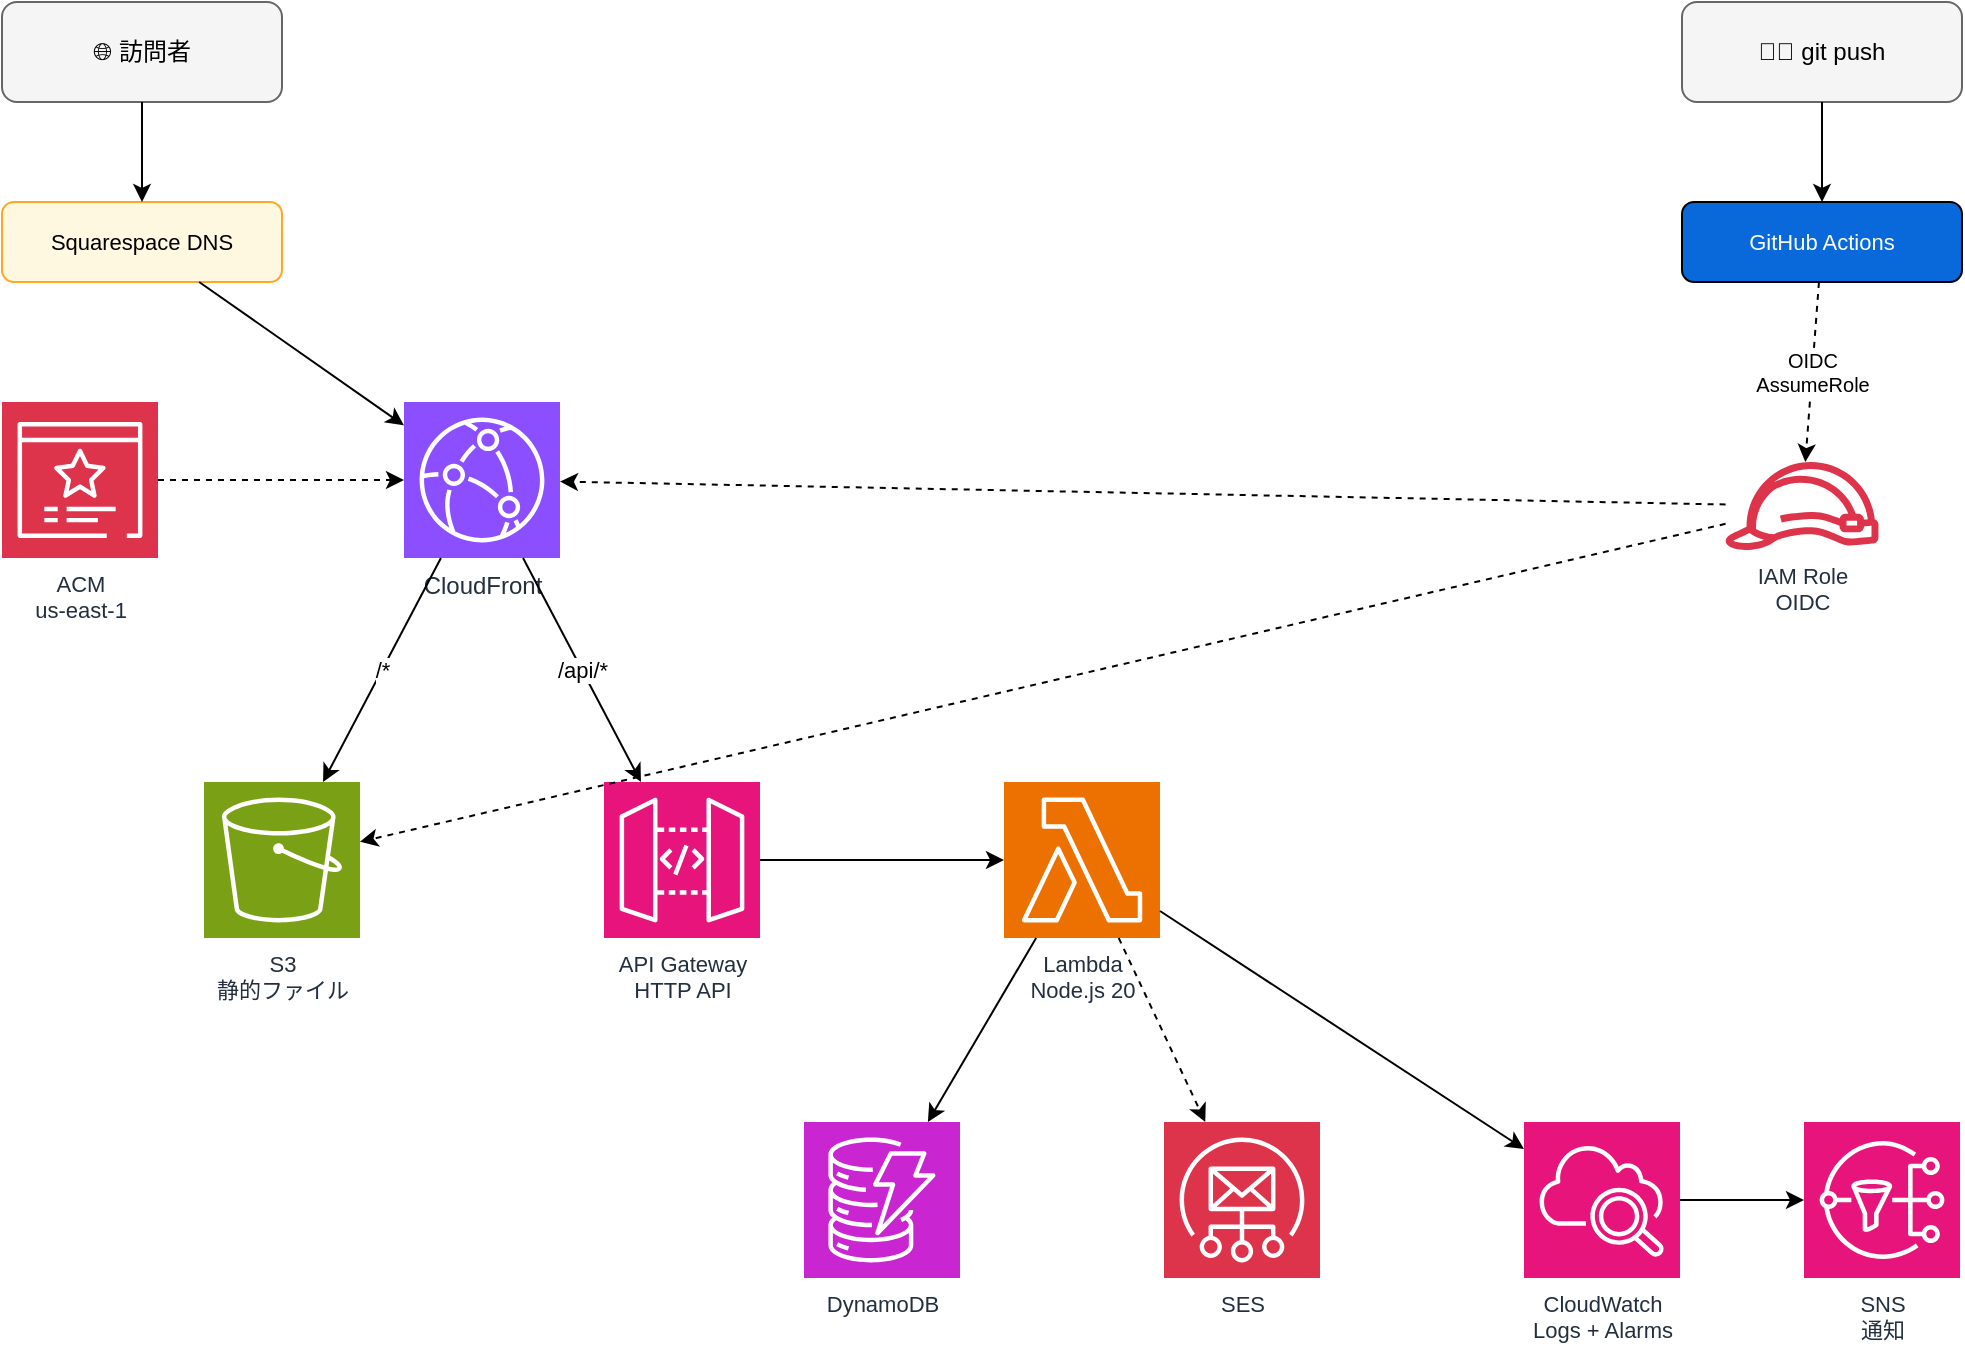
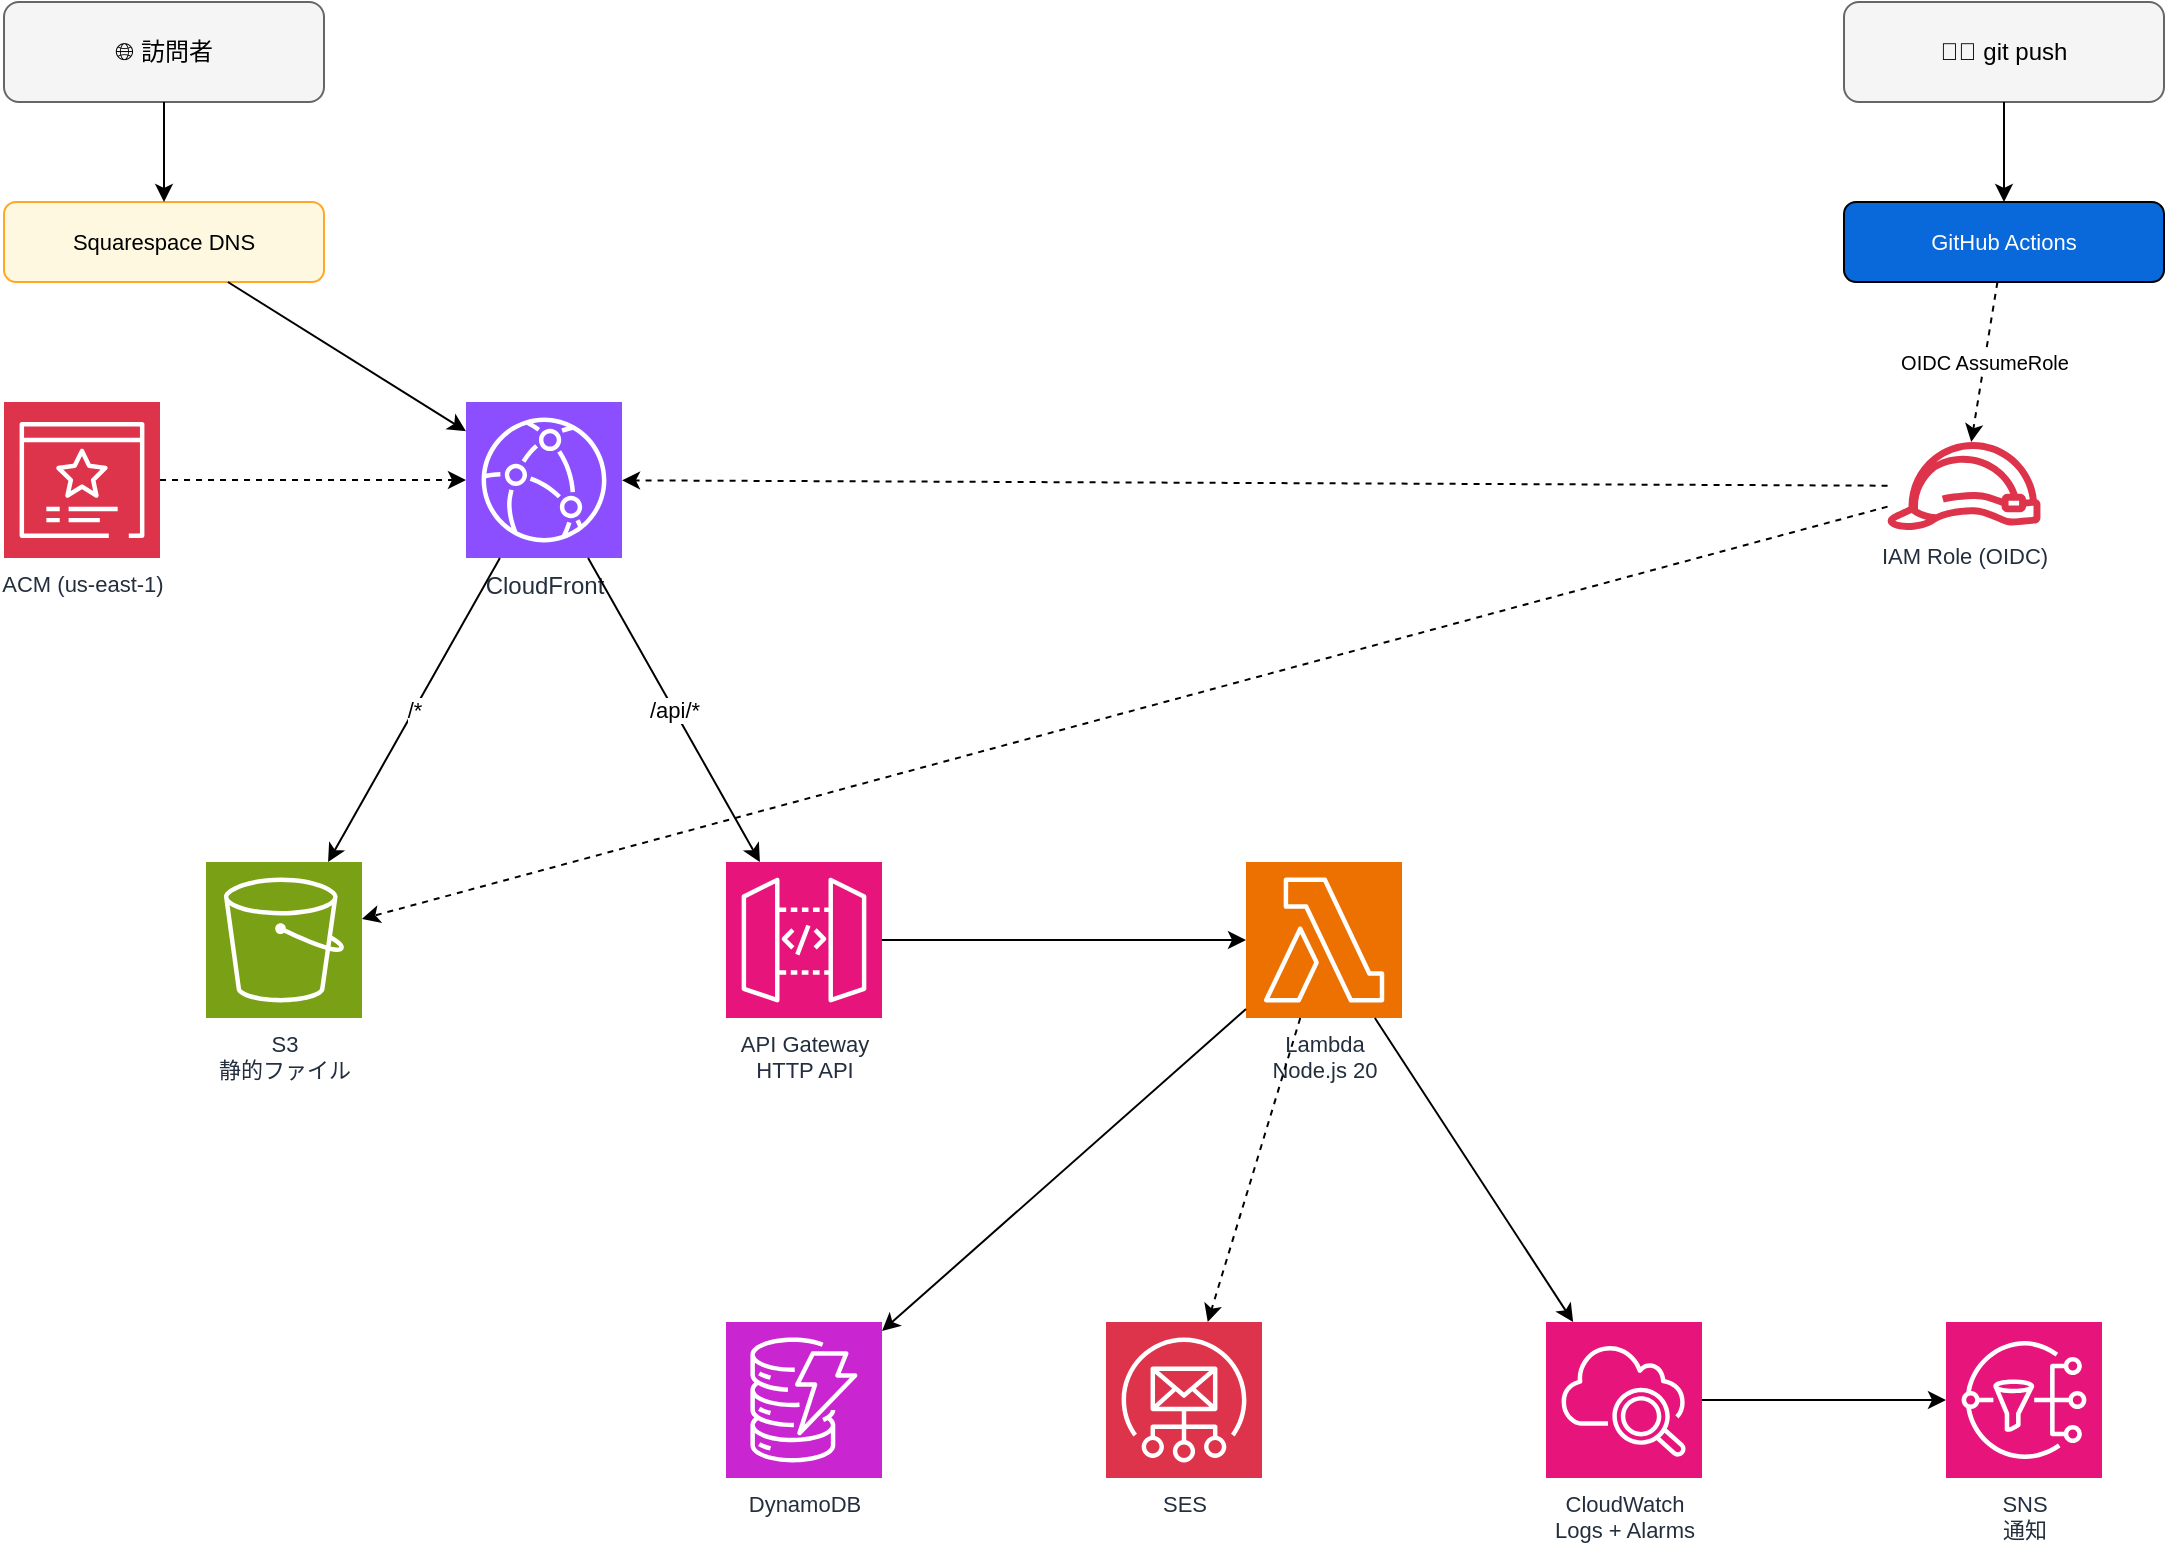
- <mxfile host="lab.iigtn.com" modified="2026-04-25T13:00:00.000Z" agent="iigtn-platform" version="24.0.0">
+ <mxfile host="lab.iigtn.com" modified="2026-04-26T13:00:00.000Z" agent="iigtn-platform" version="24.0.0">
  <diagram name="Overall Architecture" id="overall">
-     <mxGraphModel dx="1600" dy="1000" grid="1" gridSize="10" guides="1" tooltips="1" connect="1" arrows="1" fold="1" page="1" pageScale="1" pageWidth="1100" pageHeight="800" math="0" shadow="0">
+     <mxGraphModel dx="1600" dy="1100" grid="1" gridSize="10" guides="1" tooltips="1" connect="1" arrows="1" fold="1" page="1" pageScale="1" pageWidth="1200" pageHeight="900" math="0" shadow="0">
      <root>
        <mxCell id="0" />
        <mxCell id="1" parent="0" />
+ 
+         <!-- Top row: actors -->
        <mxCell id="user" value="🌐 訪問者" style="rounded=1;whiteSpace=wrap;html=1;fillColor=#f5f5f5;strokeColor=#666;fontSize=12;" vertex="1" parent="1">
-           <mxGeometry x="60" y="40" width="140" height="50" as="geometry" />
+           <mxGeometry x="60" y="40" width="160" height="50" as="geometry" />
        </mxCell>
+ 
        <mxCell id="dev" value="👨‍💻 git push" style="rounded=1;whiteSpace=wrap;html=1;fillColor=#f5f5f5;strokeColor=#666;fontSize=12;" vertex="1" parent="1">
-           <mxGeometry x="900" y="40" width="140" height="50" as="geometry" />
+           <mxGeometry x="980" y="40" width="160" height="50" as="geometry" />
        </mxCell>
+ 
+         <!-- Row 2 -->
        <mxCell id="dns" value="Squarespace DNS" style="rounded=1;whiteSpace=wrap;html=1;fillColor=#fff8e1;strokeColor=#ffa726;fontSize=11;" vertex="1" parent="1">
-           <mxGeometry x="60" y="140" width="140" height="40" as="geometry" />
+           <mxGeometry x="60" y="140" width="160" height="40" as="geometry" />
        </mxCell>
+ 
        <mxCell id="gha" value="GitHub Actions" style="rounded=1;whiteSpace=wrap;html=1;fillColor=#0969da;strokeColor=#000;fontColor=#fff;fontSize=11;" vertex="1" parent="1">
-           <mxGeometry x="900" y="140" width="140" height="40" as="geometry" />
+           <mxGeometry x="980" y="140" width="160" height="40" as="geometry" />
        </mxCell>
-         <mxCell id="acm" value="ACM&#xa;us-east-1" style="sketch=0;points=[[0,0,0],[0.25,0,0],[0.5,0,0],[0.75,0,0],[1,0,0],[0,1,0],[0.25,1,0],[0.5,1,0],[0.75,1,0],[1,1,0],[0,0.25,0],[0,0.5,0],[0,0.75,0],[1,0.25,0],[1,0.5,0],[1,0.75,0]];outlineConnect=0;fontColor=#232F3E;fillColor=#DD344C;strokeColor=#ffffff;dashed=0;verticalLabelPosition=bottom;verticalAlign=top;align=center;html=1;fontSize=11;fontStyle=0;aspect=fixed;shape=mxgraph.aws4.resourceIcon;resIcon=mxgraph.aws4.certificate_manager_3;" vertex="1" parent="1">
+ 
+         <!-- Row 3: TLS & CDN -->
+         <mxCell id="acm" value="ACM (us-east-1)" style="sketch=0;points=[[0,0,0],[0.25,0,0],[0.5,0,0],[0.75,0,0],[1,0,0],[0,1,0],[0.25,1,0],[0.5,1,0],[0.75,1,0],[1,1,0],[0,0.25,0],[0,0.5,0],[0,0.75,0],[1,0.25,0],[1,0.5,0],[1,0.75,0]];outlineConnect=0;fontColor=#232F3E;fillColor=#DD344C;strokeColor=#ffffff;dashed=0;verticalLabelPosition=bottom;verticalAlign=top;align=center;html=1;fontSize=11;fontStyle=0;aspect=fixed;shape=mxgraph.aws4.resourceIcon;resIcon=mxgraph.aws4.certificate_manager_3;" vertex="1" parent="1">
          <mxGeometry x="60" y="240" width="78" height="78" as="geometry" />
        </mxCell>
+ 
        <mxCell id="cf" value="CloudFront" style="sketch=0;points=[[0,0,0],[0.25,0,0],[0.5,0,0],[0.75,0,0],[1,0,0],[0,1,0],[0.25,1,0],[0.5,1,0],[0.75,1,0],[1,1,0],[0,0.25,0],[0,0.5,0],[0,0.75,0],[1,0.25,0],[1,0.5,0],[1,0.75,0]];outlineConnect=0;fontColor=#232F3E;fillColor=#8C4FFF;strokeColor=#ffffff;dashed=0;verticalLabelPosition=bottom;verticalAlign=top;align=center;html=1;fontSize=12;fontStyle=0;aspect=fixed;shape=mxgraph.aws4.resourceIcon;resIcon=mxgraph.aws4.cloudfront;" vertex="1" parent="1">
-           <mxGeometry x="261" y="240" width="78" height="78" as="geometry" />
+           <mxGeometry x="291" y="240" width="78" height="78" as="geometry" />
        </mxCell>
-         <mxCell id="iam" value="IAM Role&#xa;OIDC" style="sketch=0;outlineConnect=0;fontColor=#232F3E;gradientColor=none;fillColor=#DD344C;strokeColor=none;dashed=0;verticalLabelPosition=bottom;verticalAlign=top;align=center;html=1;fontSize=11;fontStyle=0;aspect=fixed;pointerEvents=1;shape=mxgraph.aws4.role;" vertex="1" parent="1">
-           <mxGeometry x="921" y="270" width="78" height="44" as="geometry" />
+ 
+         <mxCell id="iam" value="IAM Role (OIDC)" style="sketch=0;outlineConnect=0;fontColor=#232F3E;gradientColor=none;fillColor=#DD344C;strokeColor=none;dashed=0;verticalLabelPosition=bottom;verticalAlign=top;align=center;html=1;fontSize=11;fontStyle=0;aspect=fixed;pointerEvents=1;shape=mxgraph.aws4.role;" vertex="1" parent="1">
+           <mxGeometry x="1001" y="260" width="78" height="44" as="geometry" />
        </mxCell>
+ 
+         <!-- Row 4: app layer -->
        <mxCell id="s3" value="S3&#xa;静的ファイル" style="sketch=0;points=[[0,0,0],[0.25,0,0],[0.5,0,0],[0.75,0,0],[1,0,0],[0,1,0],[0.25,1,0],[0.5,1,0],[0.75,1,0],[1,1,0],[0,0.25,0],[0,0.5,0],[0,0.75,0],[1,0.25,0],[1,0.5,0],[1,0.75,0]];outlineConnect=0;fontColor=#232F3E;fillColor=#7AA116;strokeColor=#ffffff;dashed=0;verticalLabelPosition=bottom;verticalAlign=top;align=center;html=1;fontSize=11;fontStyle=0;aspect=fixed;shape=mxgraph.aws4.resourceIcon;resIcon=mxgraph.aws4.s3;" vertex="1" parent="1">
-           <mxGeometry x="161" y="430" width="78" height="78" as="geometry" />
+           <mxGeometry x="161" y="470" width="78" height="78" as="geometry" />
        </mxCell>
+ 
        <mxCell id="apigw" value="API Gateway&#xa;HTTP API" style="sketch=0;points=[[0,0,0],[0.25,0,0],[0.5,0,0],[0.75,0,0],[1,0,0],[0,1,0],[0.25,1,0],[0.5,1,0],[0.75,1,0],[1,1,0],[0,0.25,0],[0,0.5,0],[0,0.75,0],[1,0.25,0],[1,0.5,0],[1,0.75,0]];outlineConnect=0;fontColor=#232F3E;fillColor=#E7157B;strokeColor=#ffffff;dashed=0;verticalLabelPosition=bottom;verticalAlign=top;align=center;html=1;fontSize=11;fontStyle=0;aspect=fixed;shape=mxgraph.aws4.resourceIcon;resIcon=mxgraph.aws4.api_gateway;" vertex="1" parent="1">
-           <mxGeometry x="361" y="430" width="78" height="78" as="geometry" />
+           <mxGeometry x="421" y="470" width="78" height="78" as="geometry" />
        </mxCell>
+ 
        <mxCell id="lambda" value="Lambda&#xa;Node.js 20" style="sketch=0;points=[[0,0,0],[0.25,0,0],[0.5,0,0],[0.75,0,0],[1,0,0],[0,1,0],[0.25,1,0],[0.5,1,0],[0.75,1,0],[1,1,0],[0,0.25,0],[0,0.5,0],[0,0.75,0],[1,0.25,0],[1,0.5,0],[1,0.75,0]];outlineConnect=0;fontColor=#232F3E;fillColor=#ED7100;strokeColor=#ffffff;dashed=0;verticalLabelPosition=bottom;verticalAlign=top;align=center;html=1;fontSize=11;fontStyle=0;aspect=fixed;shape=mxgraph.aws4.resourceIcon;resIcon=mxgraph.aws4.lambda;" vertex="1" parent="1">
-           <mxGeometry x="561" y="430" width="78" height="78" as="geometry" />
+           <mxGeometry x="681" y="470" width="78" height="78" as="geometry" />
        </mxCell>
+ 
+         <!-- Row 5: storage / observability -->
        <mxCell id="ddb" value="DynamoDB" style="sketch=0;points=[[0,0,0],[0.25,0,0],[0.5,0,0],[0.75,0,0],[1,0,0],[0,1,0],[0.25,1,0],[0.5,1,0],[0.75,1,0],[1,1,0],[0,0.25,0],[0,0.5,0],[0,0.75,0],[1,0.25,0],[1,0.5,0],[1,0.75,0]];outlineConnect=0;fontColor=#232F3E;fillColor=#C925D1;strokeColor=#ffffff;dashed=0;verticalLabelPosition=bottom;verticalAlign=top;align=center;html=1;fontSize=11;fontStyle=0;aspect=fixed;shape=mxgraph.aws4.resourceIcon;resIcon=mxgraph.aws4.dynamodb;" vertex="1" parent="1">
-           <mxGeometry x="461" y="600" width="78" height="78" as="geometry" />
+           <mxGeometry x="421" y="700" width="78" height="78" as="geometry" />
        </mxCell>
+ 
        <mxCell id="ses" value="SES" style="sketch=0;points=[[0,0,0],[0.25,0,0],[0.5,0,0],[0.75,0,0],[1,0,0],[0,1,0],[0.25,1,0],[0.5,1,0],[0.75,1,0],[1,1,0],[0,0.25,0],[0,0.5,0],[0,0.75,0],[1,0.25,0],[1,0.5,0],[1,0.75,0]];outlineConnect=0;fontColor=#232F3E;fillColor=#DD344C;strokeColor=#ffffff;dashed=0;verticalLabelPosition=bottom;verticalAlign=top;align=center;html=1;fontSize=11;fontStyle=0;aspect=fixed;shape=mxgraph.aws4.resourceIcon;resIcon=mxgraph.aws4.simple_email_service;" vertex="1" parent="1">
-           <mxGeometry x="641" y="600" width="78" height="78" as="geometry" />
+           <mxGeometry x="611" y="700" width="78" height="78" as="geometry" />
        </mxCell>
+ 
        <mxCell id="cw" value="CloudWatch&#xa;Logs + Alarms" style="sketch=0;points=[[0,0,0],[0.25,0,0],[0.5,0,0],[0.75,0,0],[1,0,0],[0,1,0],[0.25,1,0],[0.5,1,0],[0.75,1,0],[1,1,0],[0,0.25,0],[0,0.5,0],[0,0.75,0],[1,0.25,0],[1,0.5,0],[1,0.75,0]];outlineConnect=0;fontColor=#232F3E;fillColor=#E7157B;strokeColor=#ffffff;dashed=0;verticalLabelPosition=bottom;verticalAlign=top;align=center;html=1;fontSize=11;fontStyle=0;aspect=fixed;shape=mxgraph.aws4.resourceIcon;resIcon=mxgraph.aws4.cloudwatch_2;" vertex="1" parent="1">
-           <mxGeometry x="821" y="600" width="78" height="78" as="geometry" />
+           <mxGeometry x="831" y="700" width="78" height="78" as="geometry" />
        </mxCell>
+ 
        <mxCell id="sns" value="SNS&#xa;通知" style="sketch=0;points=[[0,0,0],[0.25,0,0],[0.5,0,0],[0.75,0,0],[1,0,0],[0,1,0],[0.25,1,0],[0.5,1,0],[0.75,1,0],[1,1,0],[0,0.25,0],[0,0.5,0],[0,0.75,0],[1,0.25,0],[1,0.5,0],[1,0.75,0]];outlineConnect=0;fontColor=#232F3E;fillColor=#E7157B;strokeColor=#ffffff;dashed=0;verticalLabelPosition=bottom;verticalAlign=top;align=center;html=1;fontSize=11;fontStyle=0;aspect=fixed;shape=mxgraph.aws4.resourceIcon;resIcon=mxgraph.aws4.sns;" vertex="1" parent="1">
-           <mxGeometry x="961" y="600" width="78" height="78" as="geometry" />
+           <mxGeometry x="1031" y="700" width="78" height="78" as="geometry" />
        </mxCell>
+ 
+         <!-- Edges -->
        <mxCell id="e_user_dns" style="endArrow=classic;html=1;fontSize=11;" edge="1" parent="1" source="user" target="dns">
          <mxGeometry relative="1" as="geometry" />
        </mxCell>
        <mxCell id="e_dns_cf" style="endArrow=classic;html=1;fontSize=11;" edge="1" parent="1" source="dns" target="cf">
          <mxGeometry relative="1" as="geometry" />
        </mxCell>
        <mxCell id="e_acm_cf" style="endArrow=classic;dashed=1;html=1;fontSize=10;" edge="1" parent="1" source="acm" target="cf">
          <mxGeometry relative="1" as="geometry" />
        </mxCell>
        <mxCell id="e_cf_s3" value="/*" style="endArrow=classic;html=1;fontSize=11;" edge="1" parent="1" source="cf" target="s3">
          <mxGeometry relative="1" as="geometry" />
        </mxCell>
        <mxCell id="e_cf_apigw" value="/api/*" style="endArrow=classic;html=1;fontSize=11;" edge="1" parent="1" source="cf" target="apigw">
          <mxGeometry relative="1" as="geometry" />
        </mxCell>
        <mxCell id="e_apigw_lambda" style="endArrow=classic;html=1;fontSize=11;" edge="1" parent="1" source="apigw" target="lambda">
          <mxGeometry relative="1" as="geometry" />
        </mxCell>
        <mxCell id="e_lambda_ddb" style="endArrow=classic;html=1;fontSize=11;" edge="1" parent="1" source="lambda" target="ddb">
          <mxGeometry relative="1" as="geometry" />
        </mxCell>
        <mxCell id="e_lambda_ses" style="endArrow=classic;dashed=1;html=1;fontSize=11;" edge="1" parent="1" source="lambda" target="ses">
          <mxGeometry relative="1" as="geometry" />
        </mxCell>
        <mxCell id="e_lambda_cw" style="endArrow=classic;html=1;fontSize=11;" edge="1" parent="1" source="lambda" target="cw">
          <mxGeometry relative="1" as="geometry" />
        </mxCell>
        <mxCell id="e_cw_sns" style="endArrow=classic;html=1;fontSize=11;" edge="1" parent="1" source="cw" target="sns">
          <mxGeometry relative="1" as="geometry" />
        </mxCell>
        <mxCell id="e_dev_gha" style="endArrow=classic;html=1;fontSize=11;" edge="1" parent="1" source="dev" target="gha">
          <mxGeometry relative="1" as="geometry" />
        </mxCell>
-         <mxCell id="e_gha_iam" value="OIDC&#xa;AssumeRole" style="endArrow=classic;dashed=1;html=1;fontSize=10;" edge="1" parent="1" source="gha" target="iam">
+         <mxCell id="e_gha_iam" value="OIDC AssumeRole" style="endArrow=classic;dashed=1;html=1;fontSize=10;" edge="1" parent="1" source="gha" target="iam">
          <mxGeometry relative="1" as="geometry" />
        </mxCell>
        <mxCell id="e_iam_s3" style="endArrow=classic;dashed=1;html=1;fontSize=11;" edge="1" parent="1" source="iam" target="s3">
          <mxGeometry relative="1" as="geometry" />
        </mxCell>
        <mxCell id="e_iam_cf" style="endArrow=classic;dashed=1;html=1;fontSize=11;" edge="1" parent="1" source="iam" target="cf">
          <mxGeometry relative="1" as="geometry" />
        </mxCell>
+ 
      </root>
    </mxGraphModel>
  </diagram>
</mxfile>
